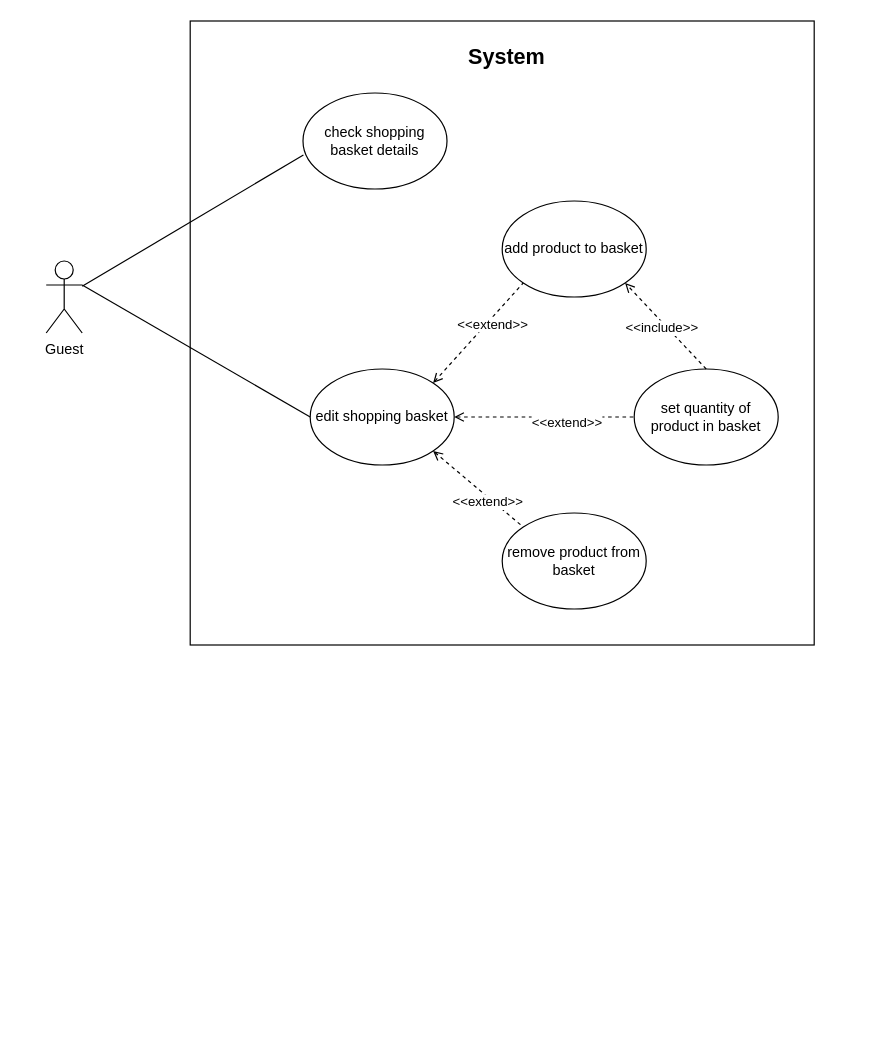
Before: use cases/use case 2.7,2.8.drawio in LevyIfta/Team-19B-Project, a draw.io diagram. Source tidied: cells renumbered, new cells numbered last; positions are measured from the earlier drawing's top-left corner, leaving out a move shared by most shapes. Both pictures are drawn from the tidied source at 120%, with x=0, y=0 at pixel (46, 20).
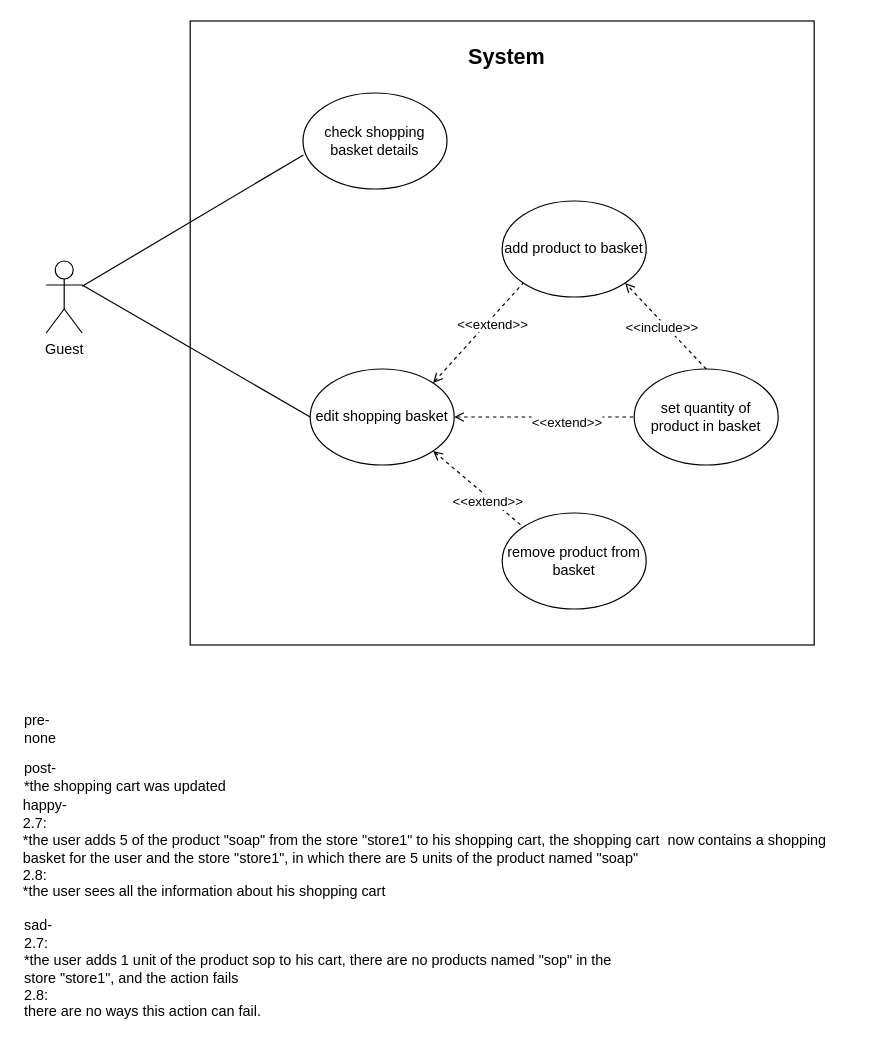
Above is the later version.

What changed in the source:
```diff
@@
+    <mxCell id="20" value="pre-&lt;br&gt;none" style="text;html=1;strokeColor=none;fillColor=none;align=left;verticalAlign=middle;whiteSpace=wrap;rounded=0;" parent="1" vertex="1">
+      <mxGeometry x="-20" y="580" width="40" height="20" as="geometry" />
+    </mxCell>
+    <mxCell id="21" value="post-&lt;br&gt;*the shopping cart was updated" style="text;html=1;strokeColor=none;fillColor=none;align=left;verticalAlign=middle;whiteSpace=wrap;rounded=0;" parent="1" vertex="1">
+      <mxGeometry x="-20" y="620" width="320" height="20" as="geometry" />
+    </mxCell>
+    <mxCell id="22" value="happy-&lt;br&gt;2.7:&lt;br&gt;*the user adds 5 of&amp;nbsp;the product &quot;soap&quot; from the store &quot;store1&quot; to his shopping cart, the shopping cart&amp;nbsp; now contains a shopping basket for the user and the store &quot;store1&quot;, in which there are 5 units of the product named &quot;soap&quot;&lt;br&gt;2.8:&lt;br&gt;*the user sees all the information about his shopping cart" style="text;html=1;strokeColor=none;fillColor=none;align=left;verticalAlign=middle;whiteSpace=wrap;rounded=0;" parent="1" vertex="1">
+      <mxGeometry x="-21" y="680" width="710" height="20" as="geometry" />
+    </mxCell>
+    <mxCell id="23" value="sad-&lt;br&gt;2.7:&lt;br&gt;*the user adds 1 unit of the product sop to his cart, there are no products named &quot;sop&quot; in the store &quot;store1&quot;, and the action fails&lt;br&gt;2.8:&lt;br&gt;there are no ways this action can fail." style="text;html=1;strokeColor=none;fillColor=none;align=left;verticalAlign=middle;whiteSpace=wrap;rounded=0;" parent="1" vertex="1">
+      <mxGeometry x="-20" y="780" width="500" height="20" as="geometry" />
+    </mxCell>
```
